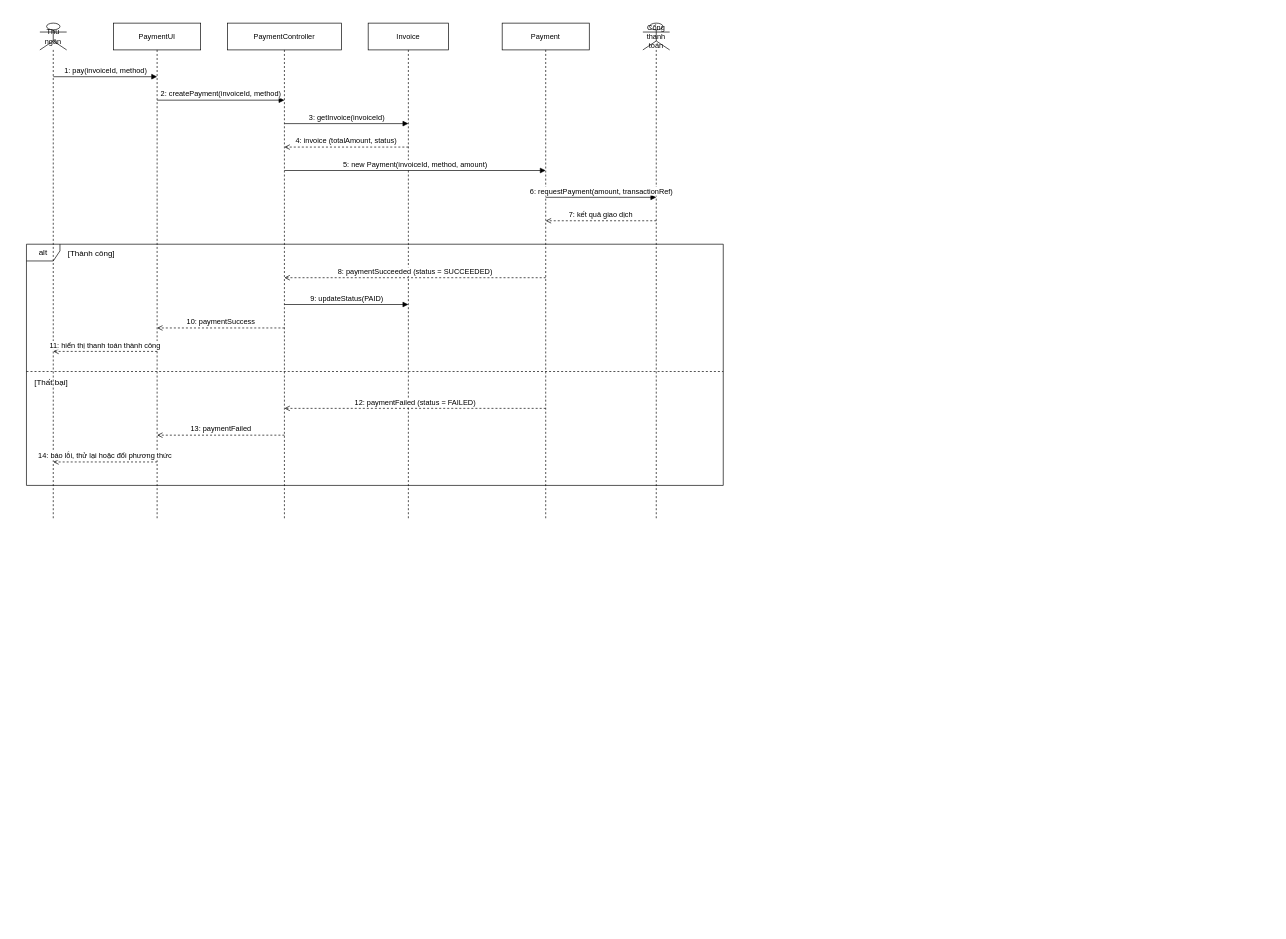
Earlier version of the draw.io diagram 04-TuanTu/SD_ThanhToan.drawio (YiTang-159/DAPTTKHDT). Source tidied: cells renumbered, new cells numbered last; positions are measured from the earlier drawing's top-left corner, leaving out a move shared by most shapes. Both pictures are drawn from the tidied source at 67%, with x=0, y=0 at pixel (26, 23).
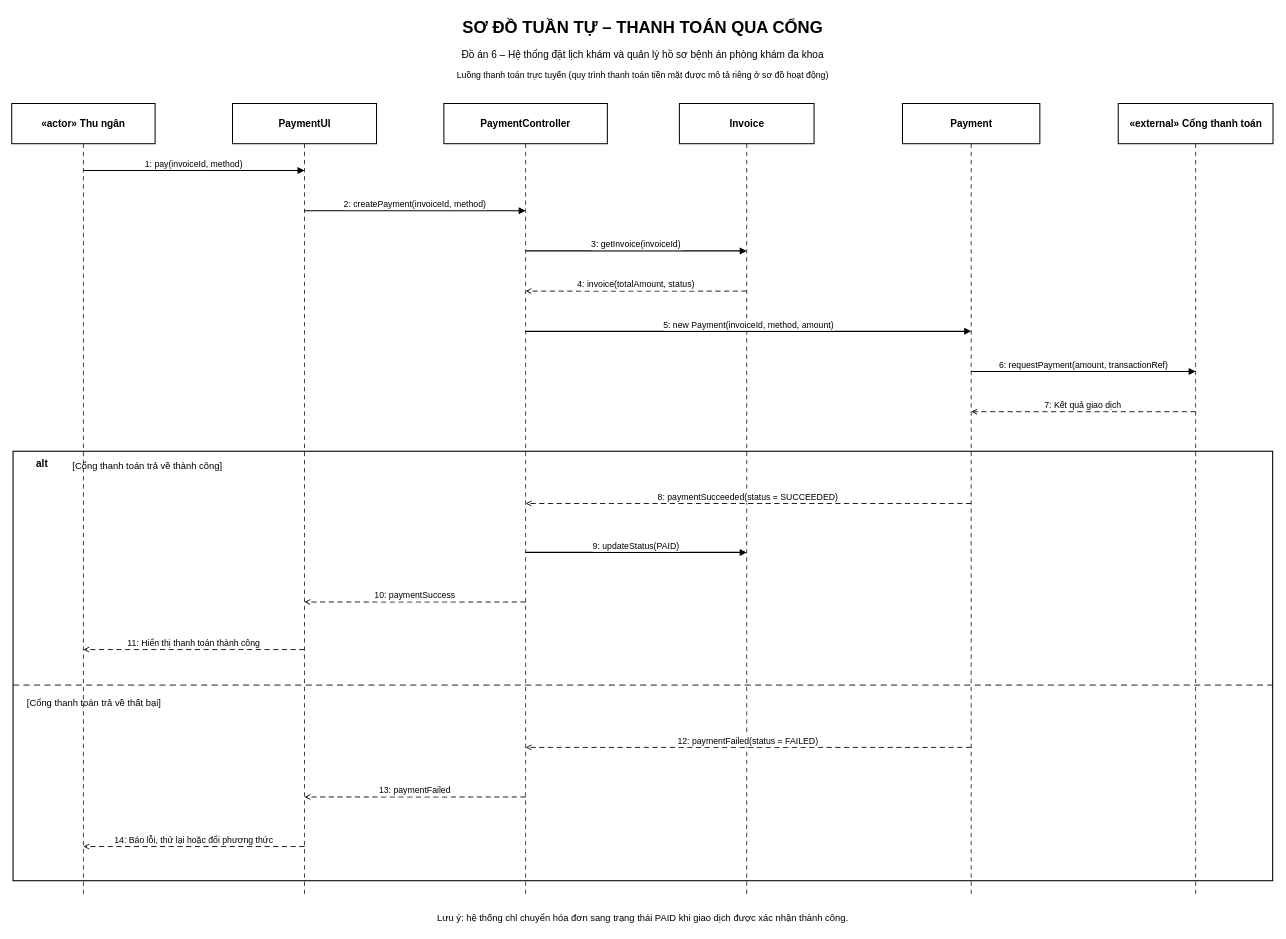
The same page after the edit.

The edit, as a diff of the source:
```diff
@@
-<mxGraphModel>
+<mxGraphModel background="#FFFFFF">
@@
-    <mxCell id="2" value="Thu ngân" style="shape=umlLifeline;perimeter=lifelinePerimeter;whiteSpace=wrap;html=1;size=40;fontSize=11;participant=umlActor;" parent="1" vertex="1">
-      <mxGeometry x="20" width="40" height="740" as="geometry" />
-    </mxCell>
+    <mxCell id="26" value="SƠ ĐỒ TUẦN TỰ – THANH TOÁN QUA CỔNG" style="text;html=0;whiteSpace=wrap;align=center;verticalAlign=middle;fontFamily=Arial;fontColor=#000000;fillColor=none;strokeColor=none;fontStyle=1;fontSize=25;" parent="1" vertex="1">
+      <mxGeometry x="190" y="-17" width="1460" height="44" as="geometry" />
+    </mxCell>
+    <mxCell id="27" value="Đồ án 6 – Hệ thống đặt lịch khám và quản lý hồ sơ bệnh án phòng khám đa khoa" style="text;html=0;whiteSpace=wrap;align=center;verticalAlign=middle;fontFamily=Arial;fontColor=#000000;fillColor=none;strokeColor=none;fontSize=15;" parent="1" vertex="1">
+      <mxGeometry x="175" y="33" width="1490" height="28" as="geometry" />
+    </mxCell>
+    <mxCell id="28" value="Luồng thanh toán trực tuyến (quy trình thanh toán tiền mặt được mô tả riêng ở sơ đồ hoạt động)" style="text;html=0;whiteSpace=wrap;align=center;verticalAlign=middle;fontFamily=Arial;fontColor=#000000;fillColor=none;strokeColor=none;fontSize=13;" parent="1" vertex="1">
+      <mxGeometry x="190" y="65" width="1460" height="23" as="geometry" />
+    </mxCell>
+    <mxCell id="29" style="rounded=0;html=0;fillColor=none;strokeColor=#000000;strokeWidth=1.6;" parent="1" vertex="1">
+      <mxGeometry x="-20" y="639" width="1880" height="641" as="geometry" />
+    </mxCell>
+    <mxCell id="8" value="alt" style="text;html=0;align=center;verticalAlign=middle;fontColor=#000000;fontFamily=Arial;fontSize=15;fontStyle=1;fillColor=#FFFFFF;strokeColor=none;" parent="1" vertex="1">
+      <mxGeometry x="-11" y="642" width="69" height="29" as="geometry" />
+    </mxCell>
+    <mxCell id="30" value="[Cổng thanh toán trả về thành công]" style="text;html=0;align=left;verticalAlign=middle;fontColor=#000000;fontFamily=Arial;fontSize=14;fillColor=none;strokeColor=none;" parent="1" vertex="1">
+      <mxGeometry x="67" y="647" width="530" height="27" as="geometry" />
+    </mxCell>
+    <mxCell id="31" style="endArrow=none;dashed=1;dashPattern=7 5;html=0;strokeColor=#000000;strokeWidth=1.3;" parent="1" edge="1">
+      <mxGeometry relative="1" as="geometry">
+        <mxPoint x="-20" y="988" as="sourcePoint" />
+        <mxPoint x="1860" y="988" as="targetPoint" />
+      </mxGeometry>
+    </mxCell>
+    <mxCell id="32" value="[Cổng thanh toán trả về thất bại]" style="text;html=0;align=left;verticalAlign=middle;fontColor=#000000;fontFamily=Arial;fontSize=14;fillColor=none;strokeColor=none;" parent="1" vertex="1">
+      <mxGeometry x="-1" y="999" width="530" height="28" as="geometry" />
+    </mxCell>
+    <mxCell id="33" value="«actor» Thu ngân" style="rounded=0;html=0;whiteSpace=wrap;align=center;verticalAlign=middle;fontColor=#000000;fontFamily=Arial;fontSize=15;fontStyle=1;fillColor=#FFFFFF;strokeColor=#000000;strokeWidth=1.5;" parent="1" vertex="1">
+      <mxGeometry x="-22" y="120" width="214" height="60" as="geometry" />
+    </mxCell>
+    <mxCell id="34" style="html=0;endArrow=none;dashed=1;dashPattern=6 5;strokeColor=#000000;strokeWidth=1.1;" parent="1" edge="1">
+      <mxGeometry relative="1" as="geometry">
+        <mxPoint x="85" y="180" as="sourcePoint" />
+        <mxPoint x="85" y="1302" as="targetPoint" />
+      </mxGeometry>
+    </mxCell>
-    <mxCell id="3" value="PaymentUI" style="shape=umlLifeline;perimeter=lifelinePerimeter;whiteSpace=wrap;html=1;size=40;fontSize=11;" parent="1" vertex="1">
-      <mxGeometry x="130" width="130" height="740" as="geometry" />
+    <mxCell id="3" value="PaymentUI" style="rounded=0;html=0;whiteSpace=wrap;align=center;verticalAlign=middle;fontColor=#000000;fontFamily=Arial;fontSize=15;fontStyle=1;fillColor=#FFFFFF;strokeColor=#000000;strokeWidth=1.5;" parent="1" vertex="1">
+      <mxGeometry x="307.5" y="120" width="215" height="60" as="geometry" />
     </mxCell>
+    <mxCell id="35" style="html=0;endArrow=none;dashed=1;dashPattern=6 5;strokeColor=#000000;strokeWidth=1.1;" parent="1" edge="1">
+      <mxGeometry relative="1" as="geometry">
+        <mxPoint x="415" y="180" as="sourcePoint" />
+        <mxPoint x="415" y="1302" as="targetPoint" />
+      </mxGeometry>
+    </mxCell>
-    <mxCell id="4" value="PaymentController" style="shape=umlLifeline;perimeter=lifelinePerimeter;whiteSpace=wrap;html=1;size=40;fontSize=11;" parent="1" vertex="1">
-      <mxGeometry x="300" width="170" height="740" as="geometry" />
+    <mxCell id="4" value="PaymentController" style="rounded=0;html=0;whiteSpace=wrap;align=center;verticalAlign=middle;fontColor=#000000;fontFamily=Arial;fontSize=15;fontStyle=1;fillColor=#FFFFFF;strokeColor=#000000;strokeWidth=1.5;" parent="1" vertex="1">
+      <mxGeometry x="623" y="120" width="244" height="60" as="geometry" />
     </mxCell>
+    <mxCell id="36" style="html=0;endArrow=none;dashed=1;dashPattern=6 5;strokeColor=#000000;strokeWidth=1.1;" parent="1" edge="1">
+      <mxGeometry relative="1" as="geometry">
+        <mxPoint x="745" y="180" as="sourcePoint" />
+        <mxPoint x="745" y="1302" as="targetPoint" />
+      </mxGeometry>
+    </mxCell>
-    <mxCell id="5" value="Invoice" style="shape=umlLifeline;perimeter=lifelinePerimeter;whiteSpace=wrap;html=1;size=40;fontSize=11;" parent="1" vertex="1">
-      <mxGeometry x="510" width="120" height="740" as="geometry" />
+    <mxCell id="5" value="Invoice" style="rounded=0;html=0;whiteSpace=wrap;align=center;verticalAlign=middle;fontColor=#000000;fontFamily=Arial;fontSize=15;fontStyle=1;fillColor=#FFFFFF;strokeColor=#000000;strokeWidth=1.5;" parent="1" vertex="1">
+      <mxGeometry x="974.5" y="120" width="201" height="60" as="geometry" />
     </mxCell>
+    <mxCell id="37" style="html=0;endArrow=none;dashed=1;dashPattern=6 5;strokeColor=#000000;strokeWidth=1.1;" parent="1" edge="1">
+      <mxGeometry relative="1" as="geometry">
+        <mxPoint x="1075" y="180" as="sourcePoint" />
+        <mxPoint x="1075" y="1302" as="targetPoint" />
+      </mxGeometry>
+    </mxCell>
-    <mxCell id="6" value="Payment" style="shape=umlLifeline;perimeter=lifelinePerimeter;whiteSpace=wrap;html=1;size=40;fontSize=11;" parent="1" vertex="1">
-      <mxGeometry x="710" width="130" height="740" as="geometry" />
+    <mxCell id="6" value="Payment" style="rounded=0;html=0;whiteSpace=wrap;align=center;verticalAlign=middle;fontColor=#000000;fontFamily=Arial;fontSize=15;fontStyle=1;fillColor=#FFFFFF;strokeColor=#000000;strokeWidth=1.5;" parent="1" vertex="1">
+      <mxGeometry x="1307.5" y="120" width="205" height="60" as="geometry" />
     </mxCell>
-    <mxCell id="7" value="Cổng thanh toán" style="shape=umlLifeline;perimeter=lifelinePerimeter;whiteSpace=wrap;html=1;size=40;fontSize=11;participant=umlActor;" parent="1" vertex="1">
-      <mxGeometry x="920" width="40" height="740" as="geometry" />
-    </mxCell>
-    <mxCell id="8" value="alt" style="shape=umlFrame;whiteSpace=wrap;html=1;width=50;height=25;fillColor=none;" parent="1" vertex="1">
-      <mxGeometry y="330" width="1040" height="360" as="geometry" />
-    </mxCell>
-    <mxCell id="9" value="[Thành công]" style="text;html=1;align=left;verticalAlign=middle;" parent="1" vertex="1">
-      <mxGeometry x="60" y="332" width="200" height="24" as="geometry" />
-    </mxCell>
-    <mxCell id="10" value="[Thất bại]" style="text;html=1;align=left;verticalAlign=middle;" parent="1" vertex="1">
-      <mxGeometry x="10" y="524" width="200" height="24" as="geometry" />
-    </mxCell>
-    <mxCell id="11" style="endArrow=none;dashed=1;html=1;" parent="1" edge="1">
-      <mxGeometry relative="1" as="geometry">
-        <mxPoint y="520" as="sourcePoint" />
-        <mxPoint x="1040" y="520" as="targetPoint" />
-      </mxGeometry>
-    </mxCell>
+    <mxCell id="38" style="html=0;endArrow=none;dashed=1;dashPattern=6 5;strokeColor=#000000;strokeWidth=1.1;" parent="1" edge="1">
+      <mxGeometry relative="1" as="geometry">
+        <mxPoint x="1410" y="180" as="sourcePoint" />
+        <mxPoint x="1410" y="1302" as="targetPoint" />
+      </mxGeometry>
+    </mxCell>
+    <mxCell id="39" value="«external» Cổng thanh toán" style="rounded=0;html=0;whiteSpace=wrap;align=center;verticalAlign=middle;fontColor=#000000;fontFamily=Arial;fontSize=15;fontStyle=1;fillColor=#FFFFFF;strokeColor=#000000;strokeWidth=1.5;" parent="1" vertex="1">
+      <mxGeometry x="1629.5" y="120" width="231" height="60" as="geometry" />
+    </mxCell>
+    <mxCell id="40" style="html=0;endArrow=none;dashed=1;dashPattern=6 5;strokeColor=#000000;strokeWidth=1.1;" parent="1" edge="1">
+      <mxGeometry relative="1" as="geometry">
+        <mxPoint x="1745" y="180" as="sourcePoint" />
+        <mxPoint x="1745" y="1302" as="targetPoint" />
+      </mxGeometry>
+    </mxCell>
-    <mxCell id="12" value="1: pay(invoiceId, method)" style="html=1;verticalAlign=bottom;fontSize=11;endArrow=block;endFill=1;" parent="1" edge="1">
+    <mxCell id="12" value="1: pay(invoiceId, method)" style="html=0;endArrow=block;endFill=1;strokeColor=#000000;strokeWidth=1.7;fontColor=#000000;fontFamily=Arial;fontSize=13;labelBackgroundColor=#FFFFFF;verticalAlign=bottom;" parent="1" edge="1">
       <mxGeometry relative="1" as="geometry">
-        <mxPoint x="40" y="80" as="sourcePoint" />
-        <mxPoint x="195" y="80" as="targetPoint" />
+        <mxPoint x="85" y="220" as="sourcePoint" />
+        <mxPoint x="415" y="220" as="targetPoint" />
       </mxGeometry>
     </mxCell>
-    <mxCell id="13" value="2: createPayment(invoiceId, method)" style="html=1;verticalAlign=bottom;fontSize=11;endArrow=block;endFill=1;" parent="1" edge="1">
+    <mxCell id="13" value="2: createPayment(invoiceId, method)" style="html=0;endArrow=block;endFill=1;strokeColor=#000000;strokeWidth=1.7;fontColor=#000000;fontFamily=Arial;fontSize=13;labelBackgroundColor=#FFFFFF;verticalAlign=bottom;" parent="1" edge="1">
       <mxGeometry relative="1" as="geometry">
-        <mxPoint x="195" y="115" as="sourcePoint" />
-        <mxPoint x="385" y="115" as="targetPoint" />
+        <mxPoint x="415" y="280" as="sourcePoint" />
+        <mxPoint x="745" y="280" as="targetPoint" />
       </mxGeometry>
     </mxCell>
-    <mxCell id="14" value="3: getInvoice(invoiceId)" style="html=1;verticalAlign=bottom;fontSize=11;endArrow=block;endFill=1;" parent="1" edge="1">
+    <mxCell id="14" value="3: getInvoice(invoiceId)" style="html=0;endArrow=block;endFill=1;strokeColor=#000000;strokeWidth=1.7;fontColor=#000000;fontFamily=Arial;fontSize=13;labelBackgroundColor=#FFFFFF;verticalAlign=bottom;" parent="1" edge="1">
       <mxGeometry relative="1" as="geometry">
-        <mxPoint x="385" y="150" as="sourcePoint" />
-        <mxPoint x="570" y="150" as="targetPoint" />
+        <mxPoint x="745" y="340" as="sourcePoint" />
+        <mxPoint x="1075" y="340" as="targetPoint" />
       </mxGeometry>
     </mxCell>
-    <mxCell id="15" value="4: invoice (totalAmount, status)" style="html=1;verticalAlign=bottom;fontSize=11;dashed=1;endArrow=open;endFill=0;" parent="1" edge="1">
-      <mxGeometry relative="1" as="geometry">
-        <mxPoint x="570" y="185" as="sourcePoint" />
-        <mxPoint x="385" y="185" as="targetPoint" />
-      </mxGeometry>
-    </mxCell>
+    <mxCell id="41" value="4: invoice(totalAmount, status)" style="html=0;endArrow=open;endFill=0;dashed=1;dashPattern=6 4;strokeColor=#000000;strokeWidth=1.3;fontColor=#000000;fontFamily=Arial;fontSize=13;labelBackgroundColor=#FFFFFF;verticalAlign=bottom;" parent="1" edge="1">
+      <mxGeometry relative="1" as="geometry">
+        <mxPoint x="1075" y="400" as="sourcePoint" />
+        <mxPoint x="745" y="400" as="targetPoint" />
+      </mxGeometry>
+    </mxCell>
-    <mxCell id="16" value="5: new Payment(invoiceId, method, amount)" style="html=1;verticalAlign=bottom;fontSize=11;endArrow=block;endFill=1;" parent="1" edge="1">
+    <mxCell id="16" value="5: new Payment(invoiceId, method, amount)" style="html=0;endArrow=block;endFill=1;strokeColor=#000000;strokeWidth=1.7;fontColor=#000000;fontFamily=Arial;fontSize=13;labelBackgroundColor=#FFFFFF;verticalAlign=bottom;" parent="1" edge="1">
       <mxGeometry relative="1" as="geometry">
-        <mxPoint x="385" y="220" as="sourcePoint" />
-        <mxPoint x="775" y="220" as="targetPoint" />
+        <mxPoint x="745" y="460" as="sourcePoint" />
+        <mxPoint x="1410" y="460" as="targetPoint" />
       </mxGeometry>
     </mxCell>
-    <mxCell id="17" value="6: requestPayment(amount, transactionRef)" style="html=1;verticalAlign=bottom;fontSize=11;endArrow=block;endFill=1;" parent="1" edge="1">
+    <mxCell id="17" value="6: requestPayment(amount, transactionRef)" style="html=0;endArrow=block;endFill=1;strokeColor=#000000;strokeWidth=1.7;fontColor=#000000;fontFamily=Arial;fontSize=13;labelBackgroundColor=#FFFFFF;verticalAlign=bottom;" parent="1" edge="1">
       <mxGeometry relative="1" as="geometry">
-        <mxPoint x="775" y="260" as="sourcePoint" />
-        <mxPoint x="940" y="260" as="targetPoint" />
+        <mxPoint x="1410" y="520" as="sourcePoint" />
+        <mxPoint x="1745" y="520" as="targetPoint" />
       </mxGeometry>
     </mxCell>
-    <mxCell id="18" value="7: kết quả giao dịch" style="html=1;verticalAlign=bottom;fontSize=11;dashed=1;endArrow=open;endFill=0;" parent="1" edge="1">
-      <mxGeometry relative="1" as="geometry">
-        <mxPoint x="940" y="295" as="sourcePoint" />
-        <mxPoint x="775" y="295" as="targetPoint" />
-      </mxGeometry>
-    </mxCell>
-    <mxCell id="19" value="8: paymentSucceeded (status = SUCCEEDED)" style="html=1;verticalAlign=bottom;fontSize=11;dashed=1;endArrow=open;endFill=0;" parent="1" edge="1">
-      <mxGeometry relative="1" as="geometry">
-        <mxPoint x="775" y="380" as="sourcePoint" />
-        <mxPoint x="385" y="380" as="targetPoint" />
-      </mxGeometry>
-    </mxCell>
+    <mxCell id="42" value="7: Kết quả giao dịch" style="html=0;endArrow=open;endFill=0;dashed=1;dashPattern=6 4;strokeColor=#000000;strokeWidth=1.3;fontColor=#000000;fontFamily=Arial;fontSize=13;labelBackgroundColor=#FFFFFF;verticalAlign=bottom;" parent="1" edge="1">
+      <mxGeometry relative="1" as="geometry">
+        <mxPoint x="1745" y="580" as="sourcePoint" />
+        <mxPoint x="1410" y="580" as="targetPoint" />
+      </mxGeometry>
+    </mxCell>
+    <mxCell id="43" value="8: paymentSucceeded(status = SUCCEEDED)" style="html=0;endArrow=open;endFill=0;dashed=1;dashPattern=6 4;strokeColor=#000000;strokeWidth=1.3;fontColor=#000000;fontFamily=Arial;fontSize=13;labelBackgroundColor=#FFFFFF;verticalAlign=bottom;" parent="1" edge="1">
+      <mxGeometry relative="1" as="geometry">
+        <mxPoint x="1410" y="717" as="sourcePoint" />
+        <mxPoint x="745" y="717" as="targetPoint" />
+      </mxGeometry>
+    </mxCell>
-    <mxCell id="20" value="9: updateStatus(PAID)" style="html=1;verticalAlign=bottom;fontSize=11;endArrow=block;endFill=1;" parent="1" edge="1">
+    <mxCell id="20" value="9: updateStatus(PAID)" style="html=0;endArrow=block;endFill=1;strokeColor=#000000;strokeWidth=1.7;fontColor=#000000;fontFamily=Arial;fontSize=13;labelBackgroundColor=#FFFFFF;verticalAlign=bottom;" parent="1" edge="1">
       <mxGeometry relative="1" as="geometry">
-        <mxPoint x="385" y="420" as="sourcePoint" />
-        <mxPoint x="570" y="420" as="targetPoint" />
+        <mxPoint x="745" y="790" as="sourcePoint" />
+        <mxPoint x="1075" y="790" as="targetPoint" />
       </mxGeometry>
     </mxCell>
-    <mxCell id="21" value="10: paymentSuccess" style="html=1;verticalAlign=bottom;fontSize=11;dashed=1;endArrow=open;endFill=0;" parent="1" edge="1">
+    <mxCell id="21" value="10: paymentSuccess" style="html=0;endArrow=open;endFill=0;dashed=1;dashPattern=6 4;strokeColor=#000000;strokeWidth=1.3;fontColor=#000000;fontFamily=Arial;fontSize=13;labelBackgroundColor=#FFFFFF;verticalAlign=bottom;" parent="1" edge="1">
       <mxGeometry relative="1" as="geometry">
-        <mxPoint x="385" y="455" as="sourcePoint" />
-        <mxPoint x="195" y="455" as="targetPoint" />
+        <mxPoint x="745" y="864" as="sourcePoint" />
+        <mxPoint x="415" y="864" as="targetPoint" />
       </mxGeometry>
     </mxCell>
-    <mxCell id="22" value="11: hiển thị thanh toán thành công" style="html=1;verticalAlign=bottom;fontSize=11;dashed=1;endArrow=open;endFill=0;" parent="1" edge="1">
-      <mxGeometry relative="1" as="geometry">
-        <mxPoint x="195" y="490" as="sourcePoint" />
-        <mxPoint x="40" y="490" as="targetPoint" />
-      </mxGeometry>
-    </mxCell>
-    <mxCell id="23" value="12: paymentFailed (status = FAILED)" style="html=1;verticalAlign=bottom;fontSize=11;dashed=1;endArrow=open;endFill=0;" parent="1" edge="1">
-      <mxGeometry relative="1" as="geometry">
-        <mxPoint x="775" y="575" as="sourcePoint" />
-        <mxPoint x="385" y="575" as="targetPoint" />
-      </mxGeometry>
-    </mxCell>
+    <mxCell id="44" value="11: Hiển thị thanh toán thành công" style="html=0;endArrow=open;endFill=0;dashed=1;dashPattern=6 4;strokeColor=#000000;strokeWidth=1.3;fontColor=#000000;fontFamily=Arial;fontSize=13;labelBackgroundColor=#FFFFFF;verticalAlign=bottom;" parent="1" edge="1">
+      <mxGeometry relative="1" as="geometry">
+        <mxPoint x="415" y="935" as="sourcePoint" />
+        <mxPoint x="85" y="935" as="targetPoint" />
+      </mxGeometry>
+    </mxCell>
+    <mxCell id="45" value="12: paymentFailed(status = FAILED)" style="html=0;endArrow=open;endFill=0;dashed=1;dashPattern=6 4;strokeColor=#000000;strokeWidth=1.3;fontColor=#000000;fontFamily=Arial;fontSize=13;labelBackgroundColor=#FFFFFF;verticalAlign=bottom;" parent="1" edge="1">
+      <mxGeometry relative="1" as="geometry">
+        <mxPoint x="1410" y="1081" as="sourcePoint" />
+        <mxPoint x="745" y="1081" as="targetPoint" />
+      </mxGeometry>
+    </mxCell>
-    <mxCell id="24" value="13: paymentFailed" style="html=1;verticalAlign=bottom;fontSize=11;dashed=1;endArrow=open;endFill=0;" parent="1" edge="1">
+    <mxCell id="24" value="13: paymentFailed" style="html=0;endArrow=open;endFill=0;dashed=1;dashPattern=6 4;strokeColor=#000000;strokeWidth=1.3;fontColor=#000000;fontFamily=Arial;fontSize=13;labelBackgroundColor=#FFFFFF;verticalAlign=bottom;" parent="1" edge="1">
       <mxGeometry relative="1" as="geometry">
-        <mxPoint x="385" y="615" as="sourcePoint" />
-        <mxPoint x="195" y="615" as="targetPoint" />
+        <mxPoint x="745" y="1155" as="sourcePoint" />
+        <mxPoint x="415" y="1155" as="targetPoint" />
       </mxGeometry>
     </mxCell>
-    <mxCell id="25" value="14: báo lỗi, thử lại hoặc đổi phương thức" style="html=1;verticalAlign=bottom;fontSize=11;dashed=1;endArrow=open;endFill=0;" parent="1" edge="1">
-      <mxGeometry relative="1" as="geometry">
-        <mxPoint x="195" y="655" as="sourcePoint" />
-        <mxPoint x="40" y="655" as="targetPoint" />
-      </mxGeometry>
-    </mxCell>
+    <mxCell id="46" value="14: Báo lỗi, thử lại hoặc đổi phương thức" style="html=0;endArrow=open;endFill=0;dashed=1;dashPattern=6 4;strokeColor=#000000;strokeWidth=1.3;fontColor=#000000;fontFamily=Arial;fontSize=13;labelBackgroundColor=#FFFFFF;verticalAlign=bottom;" parent="1" edge="1">
+      <mxGeometry relative="1" as="geometry">
+        <mxPoint x="415" y="1229" as="sourcePoint" />
+        <mxPoint x="85" y="1229" as="targetPoint" />
+      </mxGeometry>
+    </mxCell>
+    <mxCell id="47" value="Lưu ý: hệ thống chỉ chuyển hóa đơn sang trạng thái PAID khi giao dịch được xác nhận thành công." style="text;html=0;whiteSpace=wrap;align=center;verticalAlign=middle;fontFamily=Arial;fontColor=#000000;fillColor=none;strokeColor=none;fontSize=14;" parent="1" vertex="1">
+      <mxGeometry x="150" y="1320" width="1540" height="31" as="geometry" />
+    </mxCell>
```
